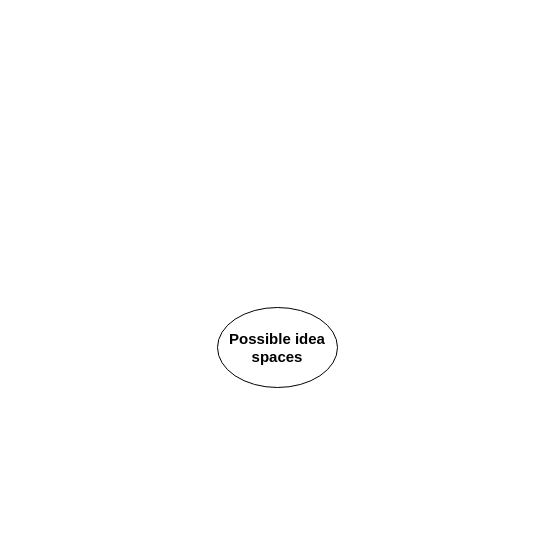
The draw.io diagram Untitled Diagram.drawio in aryancodingbeast/AS, before the edit. Source tidied: cells renumbered, new cells numbered last; positions are measured from the earlier drawing's top-left corner, leaving out a move shared by most shapes. Both pictures are drawn from the tidied source at 100%, with x=0, y=0 at pixel (217, 307).
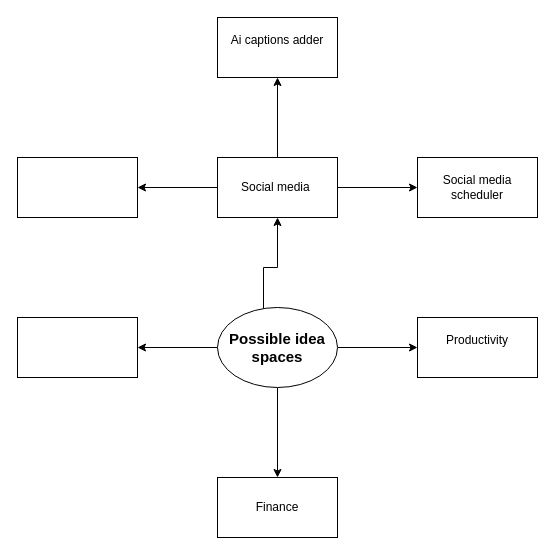
The same diagram, later.

Diff of the diagram source:
```diff
@@
 <mxGraphModel>
   <root>
     <mxCell id="0" />
     <mxCell id="1" parent="0" />
+    <mxCell id="4" style="edgeStyle=orthogonalEdgeStyle;rounded=0;jettySize=auto;html=1;" parent="1" edge="1" source="2" target="11">
+      <mxGeometry relative="1" as="geometry">
+        <Array as="points">
+          <mxPoint x="46" y="-40" />
+          <mxPoint x="60" y="-40" />
+        </Array>
+      </mxGeometry>
+    </mxCell>
+    <mxCell id="5" style="edgeStyle=orthogonalEdgeStyle;rounded=0;jettySize=auto;html=1;" parent="1" edge="1" source="2" target="12">
+      <mxGeometry relative="1" as="geometry" />
+    </mxCell>
+    <mxCell id="6" style="edgeStyle=orthogonalEdgeStyle;rounded=0;jettySize=auto;html=1;" parent="1" edge="1" source="2" target="13">
+      <mxGeometry relative="1" as="geometry" />
+    </mxCell>
+    <mxCell id="7" style="edgeStyle=orthogonalEdgeStyle;rounded=0;jettySize=auto;html=1;" parent="1" edge="1" source="2" target="14">
+      <mxGeometry relative="1" as="geometry" />
+    </mxCell>
     <mxCell id="2" style="ellipse;whiteSpace=wrap;html=1;strokeColor=light-dark(#000000,#FFFFFF);" parent="1" vertex="1">
       <mxGeometry width="120" height="80" as="geometry" />
     </mxCell>
     <mxCell id="3" value="Possible idea spaces" style="text;html=1;align=center;verticalAlign=middle;whiteSpace=wrap;rounded=0;fontSize=15;labelBackgroundColor=none;fontStyle=1;" parent="1" vertex="1">
       <mxGeometry x="10" y="25" width="100" height="30" as="geometry" />
     </mxCell>
+    <mxCell id="8" style="edgeStyle=orthogonalEdgeStyle;rounded=0;jettySize=auto;html=1;" parent="1" edge="1" source="11" target="15">
+      <mxGeometry relative="1" as="geometry" />
+    </mxCell>
+    <mxCell id="9" style="edgeStyle=orthogonalEdgeStyle;rounded=0;jettySize=auto;html=1;" parent="1" edge="1" source="11" target="16">
+      <mxGeometry relative="1" as="geometry" />
+    </mxCell>
+    <mxCell id="10" style="edgeStyle=orthogonalEdgeStyle;rounded=0;jettySize=auto;html=1;" parent="1" edge="1" source="11" target="17">
+      <mxGeometry relative="1" as="geometry" />
+    </mxCell>
+    <mxCell id="11" value="Social media&amp;nbsp;" style="whiteSpace=wrap;html=1;strokeColor=light-dark(#000000,#FFFFFF);" parent="1" vertex="1">
+      <mxGeometry y="-150" width="120" height="60" as="geometry" />
+    </mxCell>
+    <mxCell id="12" value="Productivity&lt;div&gt;&lt;br&gt;&lt;/div&gt;" style="whiteSpace=wrap;html=1;strokeColor=light-dark(#000000,#FFFFFF);" parent="1" vertex="1">
+      <mxGeometry x="200" y="10" width="120" height="60" as="geometry" />
+    </mxCell>
+    <mxCell id="13" value="Finance" style="whiteSpace=wrap;html=1;strokeColor=light-dark(#000000,#FFFFFF);" parent="1" vertex="1">
+      <mxGeometry y="170" width="120" height="60" as="geometry" />
+    </mxCell>
+    <mxCell id="14" style="whiteSpace=wrap;html=1;strokeColor=light-dark(#000000,#FFFFFF);" parent="1" vertex="1">
+      <mxGeometry x="-200" y="10" width="120" height="60" as="geometry" />
+    </mxCell>
+    <mxCell id="15" value="Social media scheduler" style="whiteSpace=wrap;html=1;strokeColor=light-dark(#000000,#FFFFFF);" parent="1" vertex="1">
+      <mxGeometry x="200" y="-150" width="120" height="60" as="geometry" />
+    </mxCell>
+    <mxCell id="16" value="Ai captions adder&lt;div&gt;&lt;br&gt;&lt;/div&gt;" style="whiteSpace=wrap;html=1;strokeColor=light-dark(#000000,#FFFFFF);" parent="1" vertex="1">
+      <mxGeometry y="-290" width="120" height="60" as="geometry" />
+    </mxCell>
+    <mxCell id="17" style="whiteSpace=wrap;html=1;strokeColor=light-dark(#000000,#FFFFFF);" parent="1" vertex="1">
+      <mxGeometry x="-200" y="-150" width="120" height="60" as="geometry" />
+    </mxCell>
   </root>
 </mxGraphModel>
```
